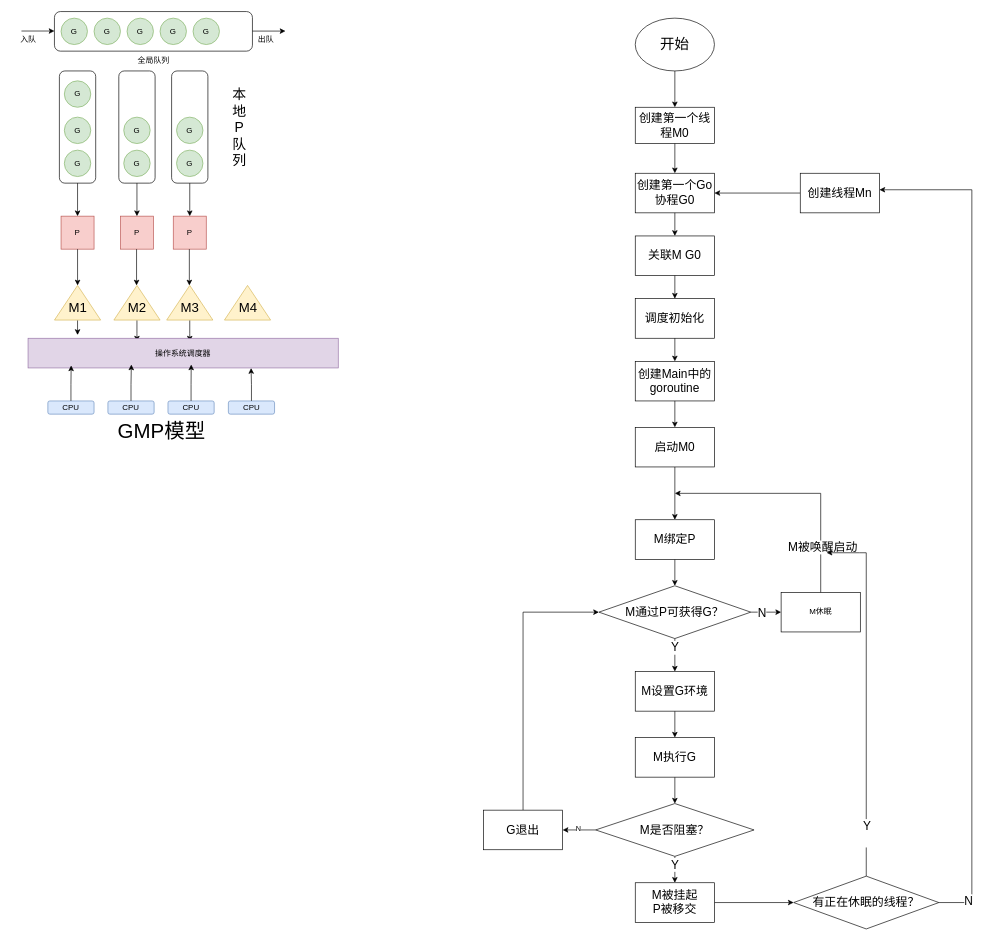
Earlier version of the draw.io diagram page "第 1 页" (1 of 2) of GMP模型.drawio (dbinggo/MyPictureBed). Source tidied: cells renumbered, new cells numbered last; positions are measured from the earlier drawing's top-left corner, leaving out a move shared by most shapes. Both pictures are drawn from the tidied source at 66%, with x=0, y=0 at pixel (11, 11).
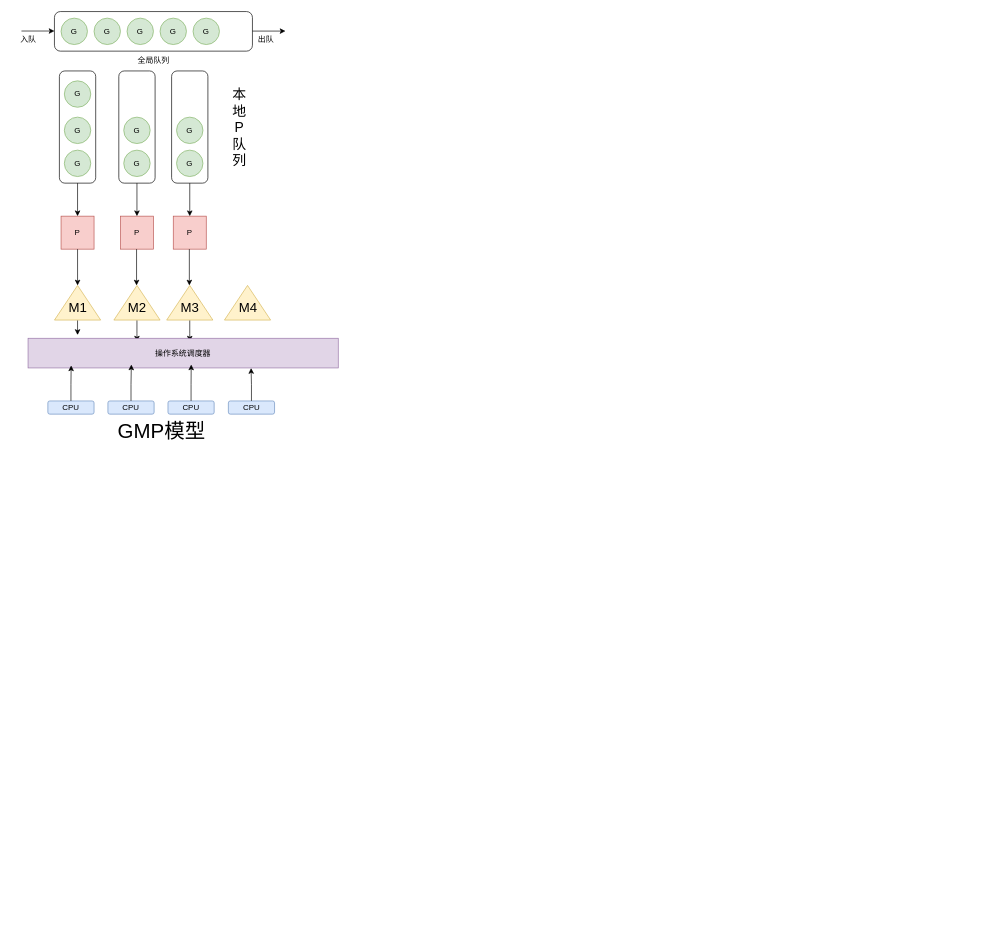
The same diagram, later.

Diff of the diagram source:
```diff
@@
-    <mxCell id="58" style="group;" parent="1" vertex="1">
-      <mxGeometry x="715" y="10" width="740" height="1380" as="geometry" />
-    </mxCell>
-    <mxCell id="59" style="edgeStyle=orthogonalEdgeStyle;rounded=0;jettySize=auto;html=1;" parent="58" edge="1" source="60" target="61">
-      <mxGeometry relative="1" as="geometry" />
-    </mxCell>
-    <mxCell id="60" value="开始" style="ellipse;whiteSpace=wrap;html=1;fontSize=22;" parent="58" vertex="1">
-      <mxGeometry x="230" width="120" height="80" as="geometry" />
-    </mxCell>
-    <mxCell id="61" value="创建第一个线程M0" style="rounded=0;whiteSpace=wrap;html=1;fontSize=18;" parent="58" vertex="1">
-      <mxGeometry x="230" y="135" width="120" height="55" as="geometry" />
-    </mxCell>
-    <mxCell id="62" value="创建第一个Go协程G0" style="rounded=0;whiteSpace=wrap;html=1;fontSize=18;" parent="58" vertex="1">
-      <mxGeometry x="230" y="235" width="120" height="60" as="geometry" />
-    </mxCell>
-    <mxCell id="63" value="关联M G0" style="rounded=0;whiteSpace=wrap;html=1;fontSize=18;" parent="58" vertex="1">
-      <mxGeometry x="230" y="330" width="120" height="60" as="geometry" />
-    </mxCell>
-    <mxCell id="64" value="调度初始化" style="rounded=0;whiteSpace=wrap;html=1;fontSize=18;" parent="58" vertex="1">
-      <mxGeometry x="230" y="425" width="120" height="60" as="geometry" />
-    </mxCell>
-    <mxCell id="65" value="创建Main中的goroutine" style="rounded=0;whiteSpace=wrap;html=1;fontSize=18;" parent="58" vertex="1">
-      <mxGeometry x="230" y="520" width="120" height="60" as="geometry" />
-    </mxCell>
-    <mxCell id="66" style="edgeStyle=orthogonalEdgeStyle;rounded=0;jettySize=auto;html=1;" parent="58" edge="1" source="67" target="69">
-      <mxGeometry relative="1" as="geometry" />
-    </mxCell>
-    <mxCell id="67" value="启动M0" style="rounded=0;whiteSpace=wrap;html=1;fontSize=18;" parent="58" vertex="1">
-      <mxGeometry x="230" y="620" width="120" height="60" as="geometry" />
-    </mxCell>
-    <mxCell id="68" style="edgeStyle=orthogonalEdgeStyle;rounded=0;jettySize=auto;html=1;" parent="58" edge="1" source="69" target="74">
-      <mxGeometry relative="1" as="geometry" />
-    </mxCell>
-    <mxCell id="69" value="M绑定P" style="rounded=0;whiteSpace=wrap;html=1;fontSize=18;" parent="58" vertex="1">
-      <mxGeometry x="230" y="760" width="120" height="60" as="geometry" />
-    </mxCell>
-    <mxCell id="70" style="edgeStyle=orthogonalEdgeStyle;rounded=0;jettySize=auto;html=1;" parent="58" edge="1" source="74" target="75">
-      <mxGeometry relative="1" as="geometry" />
-    </mxCell>
-    <mxCell id="71" value="N" style="edgeLabel;html=1;align=center;verticalAlign=middle;fontSize=18;" parent="70" vertex="1">
-      <mxGeometry x="-0.3" y="-1" relative="1" as="geometry" />
-    </mxCell>
-    <mxCell id="72" style="edgeStyle=orthogonalEdgeStyle;rounded=0;jettySize=auto;html=1;" parent="58" edge="1" source="74" target="79">
-      <mxGeometry relative="1" as="geometry" />
-    </mxCell>
-    <mxCell id="73" value="Y" style="edgeLabel;html=1;align=center;verticalAlign=middle;fontSize=18;" parent="72" vertex="1">
-      <mxGeometry x="-0.47" y="-1" relative="1" as="geometry" />
-    </mxCell>
-    <mxCell id="74" value="M通过P可获得G？" style="rhombus;whiteSpace=wrap;html=1;fontSize=18;" parent="58" vertex="1">
-      <mxGeometry x="175" y="860" width="230" height="80" as="geometry" />
-    </mxCell>
-    <mxCell id="75" value="M休眠" style="whiteSpace=wrap;html=1;" parent="58" vertex="1">
-      <mxGeometry x="451" y="870" width="120" height="60" as="geometry" />
-    </mxCell>
-    <mxCell id="76" style="endArrow=classic;html=1;rounded=0;exitX=0.5;exitY=0;exitDx=0;exitDy=0;" parent="58" edge="1" source="75">
-      <mxGeometry relative="1" as="geometry">
-        <mxPoint x="290" y="720" as="targetPoint" />
-        <Array as="points">
-          <mxPoint x="511" y="720" />
-        </Array>
-      </mxGeometry>
-    </mxCell>
-    <mxCell id="77" value="M被唤醒启动" style="edgeLabel;html=1;align=center;verticalAlign=middle;fontSize=18;" parent="76" vertex="1">
-      <mxGeometry x="-0.62" y="-2" relative="1" as="geometry">
-        <mxPoint y="1" as="offset" />
-      </mxGeometry>
-    </mxCell>
-    <mxCell id="78" style="edgeStyle=orthogonalEdgeStyle;rounded=0;jettySize=auto;html=1;" parent="58" edge="1" source="79" target="81">
-      <mxGeometry relative="1" as="geometry" />
-    </mxCell>
-    <mxCell id="79" value="M设置G环境" style="whiteSpace=wrap;html=1;fontSize=18;" parent="58" vertex="1">
-      <mxGeometry x="230" y="990" width="120" height="60" as="geometry" />
-    </mxCell>
-    <mxCell id="80" style="edgeStyle=orthogonalEdgeStyle;rounded=0;jettySize=auto;html=1;" parent="58" edge="1" source="81" target="86">
-      <mxGeometry relative="1" as="geometry" />
-    </mxCell>
-    <mxCell id="81" value="M执行G" style="whiteSpace=wrap;html=1;fontSize=18;" parent="58" vertex="1">
-      <mxGeometry x="230" y="1090" width="120" height="60" as="geometry" />
-    </mxCell>
-    <mxCell id="82" style="edgeStyle=orthogonalEdgeStyle;rounded=0;jettySize=auto;html=1;" parent="58" edge="1" source="86" target="93">
-      <mxGeometry relative="1" as="geometry" />
-    </mxCell>
-    <mxCell id="83" value="Y" style="edgeLabel;html=1;align=center;verticalAlign=middle;fontSize=18;" parent="82" vertex="1">
-      <mxGeometry x="-0.42" y="-1" relative="1" as="geometry" />
-    </mxCell>
-    <mxCell id="84" style="edgeStyle=orthogonalEdgeStyle;rounded=0;jettySize=auto;html=1;fontSize=18;" parent="58" edge="1" source="86" target="95">
-      <mxGeometry relative="1" as="geometry" />
-    </mxCell>
-    <mxCell id="85" value="N" style="edgeLabel;html=1;align=center;verticalAlign=middle;" parent="84" vertex="1">
-      <mxGeometry x="0.09" y="-3" relative="1" as="geometry" />
-    </mxCell>
-    <mxCell id="86" value="M是否阻塞？" style="rhombus;whiteSpace=wrap;html=1;fontSize=18;" parent="58" vertex="1">
-      <mxGeometry x="170" y="1190" width="240" height="80" as="geometry" />
-    </mxCell>
-    <mxCell id="87" style="endArrow=classic;html=1;rounded=0;exitX=0.5;exitY=1;exitDx=0;exitDy=0;entryX=0.5;entryY=0;entryDx=0;entryDy=0;" parent="58" edge="1" source="61" target="62">
-      <mxGeometry relative="1" as="geometry" />
-    </mxCell>
-    <mxCell id="88" style="endArrow=classic;html=1;rounded=0;exitX=0.5;exitY=1;exitDx=0;exitDy=0;entryX=0.5;entryY=0;entryDx=0;entryDy=0;" parent="58" edge="1" source="62" target="63">
-      <mxGeometry relative="1" as="geometry" />
-    </mxCell>
-    <mxCell id="89" style="endArrow=classic;html=1;rounded=0;exitX=0.5;exitY=1;exitDx=0;exitDy=0;entryX=0.5;entryY=0;entryDx=0;entryDy=0;" parent="58" edge="1" source="63" target="64">
-      <mxGeometry relative="1" as="geometry" />
-    </mxCell>
-    <mxCell id="90" style="endArrow=classic;html=1;rounded=0;exitX=0.5;exitY=1;exitDx=0;exitDy=0;entryX=0.5;entryY=0;entryDx=0;entryDy=0;" parent="58" edge="1" source="64" target="65">
-      <mxGeometry relative="1" as="geometry" />
-    </mxCell>
-    <mxCell id="91" style="endArrow=classic;html=1;rounded=0;exitX=0.5;exitY=1;exitDx=0;exitDy=0;entryX=0.5;entryY=0;entryDx=0;entryDy=0;" parent="58" edge="1" source="65" target="67">
-      <mxGeometry relative="1" as="geometry" />
-    </mxCell>
-    <mxCell id="92" style="edgeStyle=orthogonalEdgeStyle;rounded=0;jettySize=auto;html=1;" parent="58" edge="1" source="93" target="100">
-      <mxGeometry relative="1" as="geometry" />
-    </mxCell>
-    <mxCell id="93" value="M被挂起&lt;div&gt;P被移交&lt;/div&gt;" style="whiteSpace=wrap;html=1;fontSize=18;" parent="58" vertex="1">
-      <mxGeometry x="230" y="1310" width="120" height="60" as="geometry" />
-    </mxCell>
-    <mxCell id="94" style="edgeStyle=orthogonalEdgeStyle;rounded=0;jettySize=auto;html=1;entryX=0;entryY=0.5;entryDx=0;entryDy=0;" parent="58" edge="1" source="95" target="74">
-      <mxGeometry relative="1" as="geometry">
-        <Array as="points">
-          <mxPoint x="60" y="900" />
-        </Array>
-      </mxGeometry>
-    </mxCell>
-    <mxCell id="95" value="G退出" style="whiteSpace=wrap;html=1;fontSize=18;" parent="58" vertex="1">
-      <mxGeometry y="1200" width="120" height="60" as="geometry" />
-    </mxCell>
-    <mxCell id="96" style="edgeStyle=orthogonalEdgeStyle;rounded=0;jettySize=auto;html=1;" parent="58" edge="1" source="100">
-      <mxGeometry relative="1" as="geometry">
-        <mxPoint x="520" y="810" as="targetPoint" />
-        <Array as="points">
-          <mxPoint x="580" y="810" />
-          <mxPoint x="570" y="810" />
-        </Array>
-      </mxGeometry>
-    </mxCell>
-    <mxCell id="97" value="Y&lt;div style=&quot;font-size: 18px;&quot;&gt;&lt;br style=&quot;font-size: 18px;&quot;&gt;&lt;/div&gt;" style="edgeLabel;html=1;align=center;verticalAlign=middle;fontSize=18;" parent="96" vertex="1">
-      <mxGeometry x="-0.76" relative="1" as="geometry" />
-    </mxCell>
-    <mxCell id="98" style="edgeStyle=orthogonalEdgeStyle;rounded=0;jettySize=auto;html=1;" parent="58" edge="1" source="100" target="102">
-      <mxGeometry relative="1" as="geometry">
-        <Array as="points">
-          <mxPoint x="740" y="1340" />
-          <mxPoint x="740" y="260" />
-        </Array>
-      </mxGeometry>
-    </mxCell>
-    <mxCell id="99" value="N" style="edgeLabel;html=1;align=center;verticalAlign=middle;fontSize=18;" parent="98" vertex="1">
-      <mxGeometry x="-0.93" y="3" relative="1" as="geometry" />
-    </mxCell>
-    <mxCell id="100" value="有正在休眠的线程？" style="rhombus;whiteSpace=wrap;html=1;fontSize=18;" parent="58" vertex="1">
-      <mxGeometry x="470" y="1300" width="220" height="80" as="geometry" />
-    </mxCell>
-    <mxCell id="101" style="edgeStyle=orthogonalEdgeStyle;rounded=0;jettySize=auto;html=1;" parent="58" edge="1" source="102" target="62">
-      <mxGeometry relative="1" as="geometry" />
-    </mxCell>
-    <mxCell id="102" value="创建线程Mn" style="rounded=0;whiteSpace=wrap;html=1;fontSize=18;" parent="58" vertex="1">
-      <mxGeometry x="480" y="235" width="120" height="60" as="geometry" />
-    </mxCell>
```
